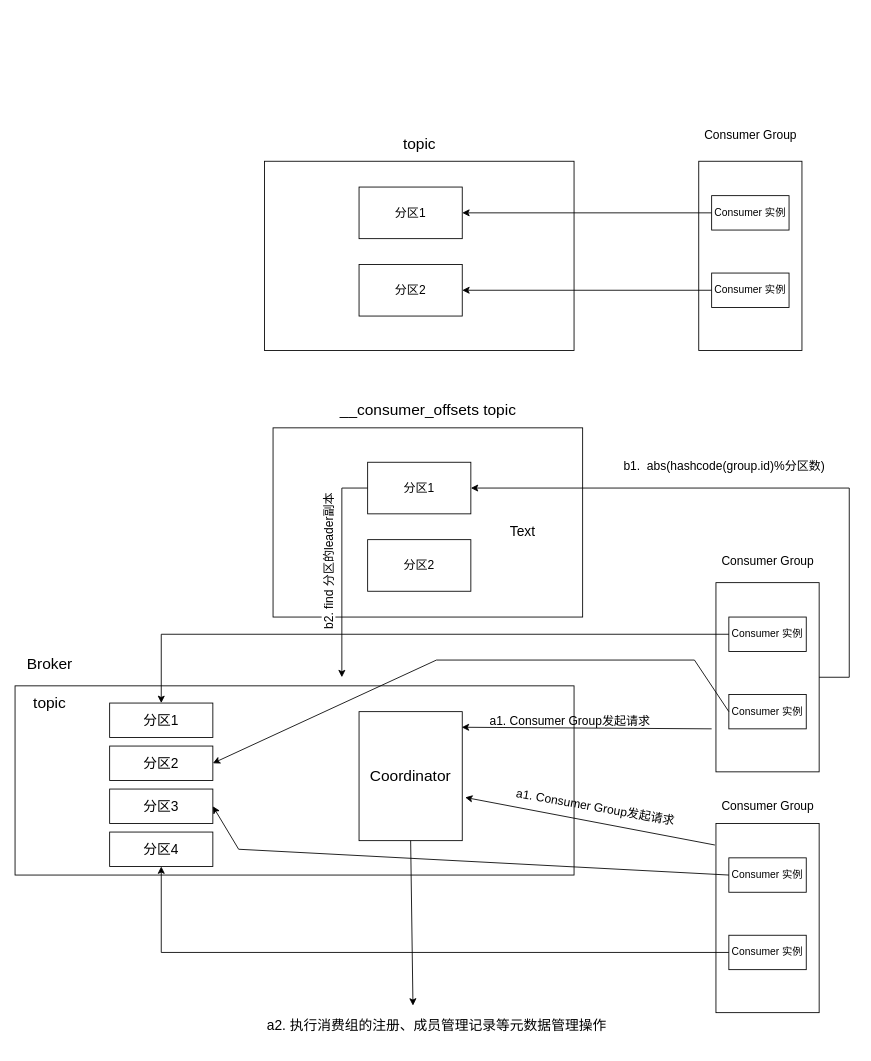
Above: drawio/mq/kafka/kafka-rebalance.drawio in guitarock/my-pics (draw.io), before the change. Source tidied: cells renumbered, new cells numbered last; positions are measured from the earlier drawing's top-left corner, leaving out a move shared by most shapes. Both pictures are drawn from the tidied source at 86%, with x=0, y=0 at pixel (15, 118).
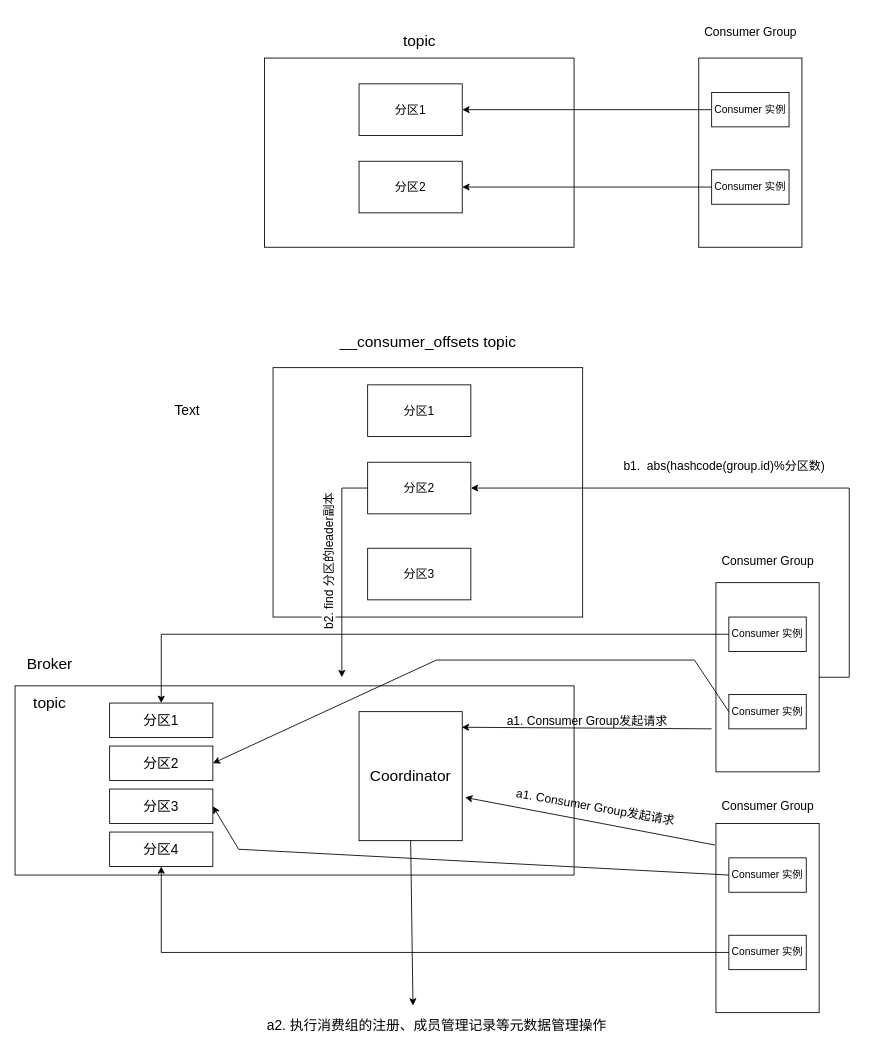
The same diagram, later.

What changed in the source:
```diff
@@
     <mxCell id="2" style="rounded=0;whiteSpace=wrap;html=1;" parent="1" vertex="1">
-      <mxGeometry x="795" y="50" width="120" height="220" as="geometry" />
+      <mxGeometry x="795" y="-70" width="120" height="220" as="geometry" />
     </mxCell>
     <mxCell id="3" style="rounded=0;whiteSpace=wrap;html=1;" parent="1" vertex="1">
-      <mxGeometry x="290" y="50" width="360" height="220" as="geometry" />
+      <mxGeometry x="290" y="-70" width="360" height="220" as="geometry" />
     </mxCell>
     <mxCell id="4" value="&lt;span style=&quot;text-align: left;&quot;&gt;Consumer 实例&lt;/span&gt;" style="rounded=0;whiteSpace=wrap;html=1;" parent="1" vertex="1">
-      <mxGeometry x="810" y="180" width="90" height="40" as="geometry" />
+      <mxGeometry x="810" y="60" width="90" height="40" as="geometry" />
     </mxCell>
     <mxCell id="5" value="&lt;span style=&quot;text-align: left;&quot;&gt;Consumer 实例&lt;/span&gt;" style="rounded=0;whiteSpace=wrap;html=1;" parent="1" vertex="1">
-      <mxGeometry x="810" y="90" width="90" height="40" as="geometry" />
+      <mxGeometry x="810" y="-30" width="90" height="40" as="geometry" />
     </mxCell>
     <mxCell id="6" value="&lt;article data-content=&quot;[{&amp;quot;type&amp;quot;:&amp;quot;block&amp;quot;,&amp;quot;id&amp;quot;:&amp;quot;pvip-1661261883332&amp;quot;,&amp;quot;name&amp;quot;:&amp;quot;paragraph&amp;quot;,&amp;quot;data&amp;quot;:{&amp;quot;version&amp;quot;:1},&amp;quot;nodes&amp;quot;:[{&amp;quot;type&amp;quot;:&amp;quot;text&amp;quot;,&amp;quot;id&amp;quot;:&amp;quot;5fh9-1661261883331&amp;quot;,&amp;quot;leaves&amp;quot;:[{&amp;quot;text&amp;quot;:&amp;quot;Consumer&amp;nbsp;Group&amp;quot;,&amp;quot;marks&amp;quot;:[{&amp;quot;type&amp;quot;:&amp;quot;fontSize&amp;quot;,&amp;quot;value&amp;quot;:18}]}]}],&amp;quot;state&amp;quot;:{}}]&quot;&gt;&lt;div style=&quot;line-height: 1.75; text-align: left;&quot;&gt;&lt;font style=&quot;font-size: 14px;&quot;&gt;Consumer Group&lt;/font&gt;&lt;/div&gt;&lt;/article&gt;" style="text;html=1;align=center;verticalAlign=middle;fillColor=none;strokeColor=none;rounded=0;" parent="1" vertex="1">
-      <mxGeometry x="790" width="130" height="40" as="geometry" />
+      <mxGeometry x="790" y="-120" width="130" height="40" as="geometry" />
     </mxCell>
     <mxCell id="7" value="分区1" style="rounded=0;whiteSpace=wrap;html=1;fontSize=14;" parent="1" vertex="1">
-      <mxGeometry x="400" y="80" width="120" height="60" as="geometry" />
+      <mxGeometry x="400" y="-40" width="120" height="60" as="geometry" />
     </mxCell>
     <mxCell id="8" value="分区2" style="rounded=0;whiteSpace=wrap;html=1;fontSize=14;" parent="1" vertex="1">
-      <mxGeometry x="400" y="170" width="120" height="60" as="geometry" />
+      <mxGeometry x="400" y="50" width="120" height="60" as="geometry" />
     </mxCell>
     <mxCell id="9" value="&lt;font style=&quot;font-size: 18px;&quot;&gt;topic&lt;/font&gt;" style="text;html=1;align=center;verticalAlign=middle;fillColor=none;strokeColor=none;rounded=0;fontSize=12;" parent="1" vertex="1">
-      <mxGeometry x="440" y="10" width="60" height="40" as="geometry" />
+      <mxGeometry x="440" y="-110" width="60" height="40" as="geometry" />
     </mxCell>
@@
     <mxCell id="11" style="endArrow=classic;html=1;rounded=0;fontSize=18;entryX=1;entryY=0.5;entryDx=0;entryDy=0;exitX=0;exitY=0.5;exitDx=0;exitDy=0;" parent="1" edge="1">
       <mxGeometry relative="1" as="geometry">
-        <mxPoint x="810" y="200" as="sourcePoint" />
-        <mxPoint x="520" y="200" as="targetPoint" />
+        <mxPoint x="810" y="80" as="sourcePoint" />
+        <mxPoint x="520" y="80" as="targetPoint" />
       </mxGeometry>
     </mxCell>
@@
     <mxCell id="20" value="&lt;article data-content=&quot;[{&amp;quot;type&amp;quot;:&amp;quot;block&amp;quot;,&amp;quot;id&amp;quot;:&amp;quot;EV1N-1661261909076&amp;quot;,&amp;quot;name&amp;quot;:&amp;quot;paragraph&amp;quot;,&amp;quot;data&amp;quot;:{&amp;quot;version&amp;quot;:1},&amp;quot;nodes&amp;quot;:[{&amp;quot;type&amp;quot;:&amp;quot;text&amp;quot;,&amp;quot;id&amp;quot;:&amp;quot;Siz3-1661261909075&amp;quot;,&amp;quot;leaves&amp;quot;:[{&amp;quot;text&amp;quot;:&amp;quot;注册、成员管理记录等元数据管理操作&amp;quot;,&amp;quot;marks&amp;quot;:[{&amp;quot;type&amp;quot;:&amp;quot;fontSize&amp;quot;,&amp;quot;value&amp;quot;:18}]}]}],&amp;quot;state&amp;quot;:{}}]&quot;&gt;&lt;div style=&quot;line-height: 1.75; text-align: left;&quot;&gt;&lt;font style=&quot;font-size: 14px;&quot;&gt;&lt;span style=&quot;background-color: initial;&quot;&gt;a1. Consumer Group&lt;/span&gt;发起请求&lt;/font&gt;&lt;/div&gt;&lt;/article&gt;" style="text;html=1;align=center;verticalAlign=middle;fillColor=none;strokeColor=none;rounded=0;fontSize=18;rotation=0;" parent="1" vertex="1">
-      <mxGeometry x="540" y="675" width="210" height="50" as="geometry" />
+      <mxGeometry x="560" y="675" width="210" height="50" as="geometry" />
     </mxCell>
@@
     <mxCell id="23" style="rounded=0;whiteSpace=wrap;html=1;" parent="1" vertex="1">
-      <mxGeometry x="300" y="360" width="360" height="220" as="geometry" />
+      <mxGeometry x="300" y="290" width="360" height="290" as="geometry" />
     </mxCell>
     <mxCell id="24" value="&lt;font style=&quot;font-size: 18px;&quot;&gt;&lt;span style=&quot;text-align: left; background-color: initial;&quot;&gt;__consumer_offsets&amp;nbsp;&lt;/span&gt;topic&lt;/font&gt;" style="text;html=1;align=center;verticalAlign=middle;fillColor=none;strokeColor=none;rounded=0;fontSize=12;" parent="1" vertex="1">
-      <mxGeometry x="365" y="320" width="230" height="40" as="geometry" />
+      <mxGeometry x="365" y="240" width="230" height="40" as="geometry" />
     </mxCell>
-    <mxCell id="25" value="分区1" style="rounded=0;whiteSpace=wrap;html=1;fontSize=14;" parent="1" vertex="1">
+    <mxCell id="25" value="分区2" style="rounded=0;whiteSpace=wrap;html=1;fontSize=14;" parent="1" vertex="1">
       <mxGeometry x="410" y="400" width="120" height="60" as="geometry" />
     </mxCell>
-    <mxCell id="26" value="分区2" style="rounded=0;whiteSpace=wrap;html=1;fontSize=14;" parent="1" vertex="1">
-      <mxGeometry x="410" y="490" width="120" height="60" as="geometry" />
+    <mxCell id="26" value="分区1" style="rounded=0;whiteSpace=wrap;html=1;fontSize=14;" parent="1" vertex="1">
+      <mxGeometry x="410" y="310" width="120" height="60" as="geometry" />
     </mxCell>
@@
     <mxCell id="46" value="Text" style="text;html=1;align=center;verticalAlign=middle;fillColor=none;strokeColor=none;rounded=0;fontSize=16;" parent="1" vertex="1">
-      <mxGeometry x="570" y="470" width="40" height="20" as="geometry" />
+      <mxGeometry x="180" y="330" width="40" height="20" as="geometry" />
     </mxCell>
+    <mxCell id="47" value="分区3" style="rounded=0;whiteSpace=wrap;html=1;fontSize=14;" parent="1" vertex="1">
+      <mxGeometry x="410" y="500" width="120" height="60" as="geometry" />
+    </mxCell>
```
